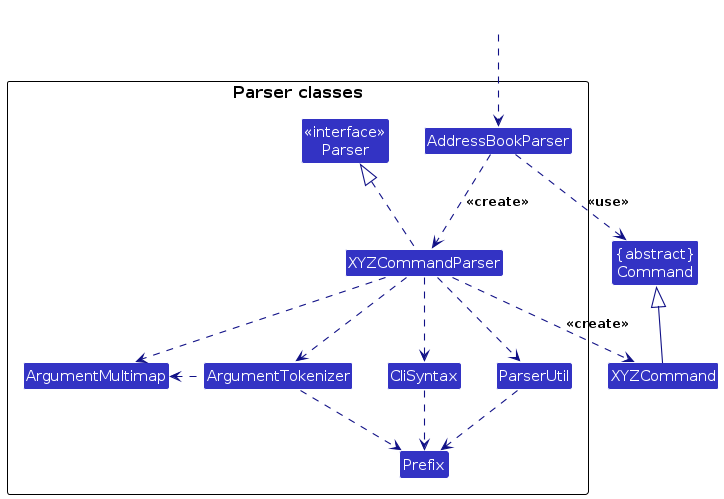
Before: diagrams/ParserClasses.png, a diagram exported from PlantUML (AY2627S1-CS2103T-W14-2/tp). Its source is kept beside it as diagrams/ParserClasses.puml.
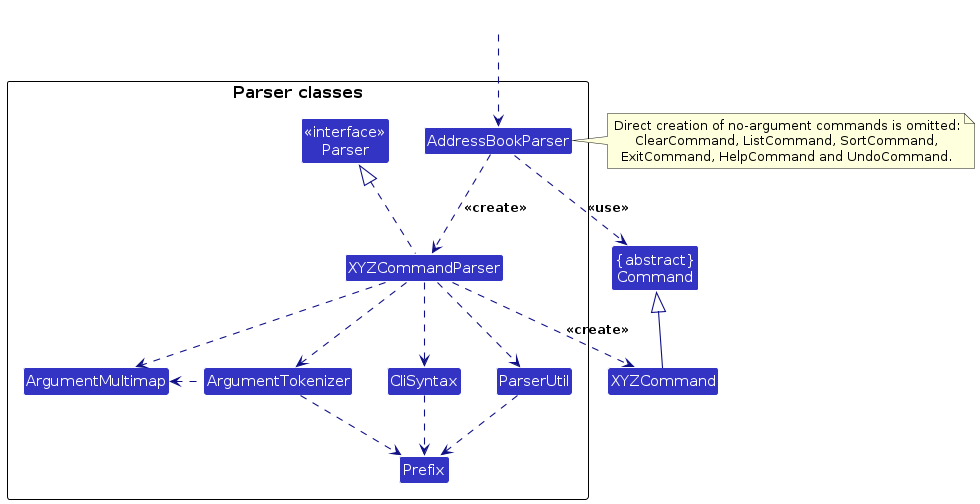
After the change.

What changed in the source:
```diff
@@ -25,6 +25,11 @@
 
 XYZCommandParser ..> XYZCommand : <<create>>
 AddressBookParser ..> Command : <<use>>
+note right of AddressBookParser
+    Direct creation of no-argument commands is omitted:
+    ClearCommand, ListCommand, SortCommand,
+    ExitCommand, HelpCommand and UndoCommand.
+end note
 XYZCommandParser .up.|> Parser
 XYZCommandParser ..> ArgumentMultimap
 XYZCommandParser ..> ArgumentTokenizer
```
